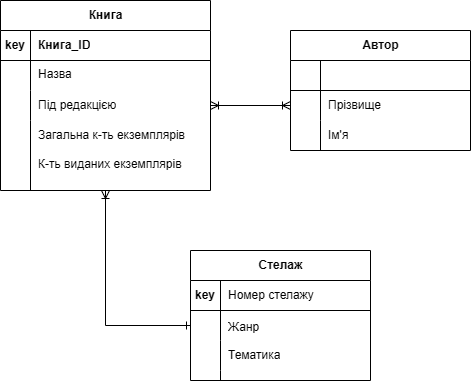
Earlier version of the draw.io export img/lab7StModel.png (P3Lin0r/MTLabs). Source tidied: cells renumbered, new cells last; positions are measured from the earlier drawing's top-left corner, leaving out a move shared by most shapes. The source it was exported from:
```xml
<mxGraphModel>
  <root>
    <mxCell id="0" />
    <mxCell id="1" parent="0" />
    <mxCell id="2" style="group;" parent="1" vertex="1">
      <mxGeometry width="210" height="190" as="geometry" />
    </mxCell>
    <mxCell id="3" value="Книга" style="shape=table;startSize=30;rowLines=0;fontStyle=1;align=center;html=1;" parent="2" vertex="1">
      <mxGeometry width="210" height="190" as="geometry" />
    </mxCell>
    <mxCell id="4" style="shape=tableRow;horizontal=0;startSize=0;swimlaneHead=0;swimlaneBody=0;fillColor=none;points=[[0,0.5],[1,0.5]];portConstraint=eastwest;top=0;left=0;right=0;bottom=1;" parent="3" vertex="1">
      <mxGeometry y="30" width="210" height="30" as="geometry" />
    </mxCell>
    <mxCell id="5" value="key" style="shape=partialRectangle;fillColor=none;top=0;left=0;bottom=0;right=0;fontStyle=1;overflow=hidden;whiteSpace=wrap;html=1;" parent="4" vertex="1">
      <mxGeometry width="30" height="30" as="geometry" />
    </mxCell>
    <mxCell id="6" value="Книга_ID" style="shape=partialRectangle;fillColor=none;top=0;left=0;bottom=0;right=0;align=left;spacingLeft=6;fontStyle=1;overflow=hidden;whiteSpace=wrap;html=1;" parent="4" vertex="1">
      <mxGeometry x="30" width="180" height="30" as="geometry" />
    </mxCell>
    <mxCell id="7" style="shape=tableRow;horizontal=0;startSize=0;swimlaneHead=0;swimlaneBody=0;fillColor=none;top=0;left=0;right=0;bottom=0;" parent="3" vertex="1">
      <mxGeometry y="60" width="210" height="30" as="geometry" />
    </mxCell>
    <mxCell id="8" style="shape=partialRectangle;fillColor=none;top=0;left=0;bottom=0;right=0;overflow=hidden;whiteSpace=wrap;html=1;" parent="7" vertex="1">
      <mxGeometry width="30" height="30" as="geometry" />
    </mxCell>
    <mxCell id="9" style="shape=partialRectangle;fillColor=none;top=0;left=0;bottom=0;right=0;align=left;spacingLeft=6;overflow=hidden;whiteSpace=wrap;html=1;" parent="7" vertex="1">
      <mxGeometry x="30" width="180" height="30" as="geometry" />
    </mxCell>
    <mxCell id="10" style="shape=tableRow;horizontal=0;startSize=0;swimlaneHead=0;swimlaneBody=0;fillColor=none;points=[[0,0.5],[1,0.5]];portConstraint=eastwest;top=0;left=0;right=0;bottom=0;" parent="3" vertex="1">
      <mxGeometry y="90" width="210" height="30" as="geometry" />
    </mxCell>
    <mxCell id="11" style="shape=partialRectangle;fillColor=none;top=0;left=0;bottom=0;right=0;overflow=hidden;whiteSpace=wrap;html=1;" parent="10" vertex="1">
      <mxGeometry width="30" height="30" as="geometry" />
    </mxCell>
    <mxCell id="12" value="Під редакцією" style="shape=partialRectangle;fillColor=none;top=0;left=0;bottom=0;right=0;align=left;spacingLeft=6;overflow=hidden;whiteSpace=wrap;html=1;" parent="10" vertex="1">
      <mxGeometry x="30" width="180" height="30" as="geometry" />
    </mxCell>
    <mxCell id="13" style="shape=tableRow;horizontal=0;startSize=0;swimlaneHead=0;swimlaneBody=0;fillColor=none;top=0;left=0;right=0;bottom=0;" parent="3" vertex="1">
      <mxGeometry y="120" width="210" height="30" as="geometry" />
    </mxCell>
    <mxCell id="14" style="shape=partialRectangle;fillColor=none;top=0;left=0;bottom=0;right=0;overflow=hidden;whiteSpace=wrap;html=1;" parent="13" vertex="1">
      <mxGeometry width="30" height="30" as="geometry" />
    </mxCell>
    <mxCell id="15" value="Загальна к-ть екземплярів" style="shape=partialRectangle;fillColor=none;top=0;left=0;bottom=0;right=0;align=left;spacingLeft=6;overflow=hidden;whiteSpace=wrap;html=1;" parent="13" vertex="1">
      <mxGeometry x="30" width="180" height="30" as="geometry" />
    </mxCell>
    <mxCell id="16" value="К-ть виданих екземплярів" style="shape=partialRectangle;fillColor=none;top=0;left=0;bottom=0;right=0;align=left;spacingLeft=6;overflow=hidden;whiteSpace=wrap;html=1;" parent="2" vertex="1">
      <mxGeometry x="30" y="150" width="180" height="27.1" as="geometry" />
    </mxCell>
    <mxCell id="17" value="Назва" style="shape=partialRectangle;fillColor=none;top=0;left=0;bottom=0;right=0;align=left;spacingLeft=6;overflow=hidden;whiteSpace=wrap;html=1;" parent="2" vertex="1">
      <mxGeometry x="30" y="60" width="175" height="27.1" as="geometry" />
    </mxCell>
    <mxCell id="18" style="endArrow=none;html=1;rounded=0;" parent="2" edge="1">
      <mxGeometry relative="1" as="geometry">
        <mxPoint x="30" y="190" as="sourcePoint" />
        <mxPoint x="30" y="135.7" as="targetPoint" />
      </mxGeometry>
    </mxCell>
    <mxCell id="19" style="edgeStyle=orthogonalEdgeStyle;rounded=0;jettySize=auto;html=1;exitX=0;exitY=0.5;exitDx=0;exitDy=0;entryX=1;entryY=0.5;entryDx=0;entryDy=0;endArrow=ERoneToMany;endFill=0;startArrow=ERoneToMany;startFill=0;" parent="1" edge="1" source="25" target="10">
      <mxGeometry relative="1" as="geometry" />
    </mxCell>
    <mxCell id="20" style="group;" parent="1" vertex="1">
      <mxGeometry x="290" y="30" width="180" height="120" as="geometry" />
    </mxCell>
    <mxCell id="21" value="Автор" style="shape=table;startSize=30;rowLines=0;fontStyle=1;align=center;html=1;" parent="20" vertex="1">
      <mxGeometry width="180" height="120" as="geometry" />
    </mxCell>
    <mxCell id="22" style="shape=tableRow;horizontal=0;startSize=0;swimlaneHead=0;swimlaneBody=0;fillColor=none;points=[[0,0.5],[1,0.5]];portConstraint=eastwest;top=0;left=0;right=0;bottom=1;" parent="21" vertex="1">
      <mxGeometry y="30" width="180" height="30" as="geometry" />
    </mxCell>
    <mxCell id="23" style="shape=partialRectangle;fillColor=none;top=0;left=0;bottom=0;right=0;fontStyle=1;overflow=hidden;whiteSpace=wrap;html=1;" parent="22" vertex="1">
      <mxGeometry width="30" height="30" as="geometry" />
    </mxCell>
    <mxCell id="24" style="shape=partialRectangle;fillColor=none;top=0;left=0;bottom=0;right=0;align=left;spacingLeft=6;fontStyle=1;overflow=hidden;whiteSpace=wrap;html=1;" parent="22" vertex="1">
      <mxGeometry x="30" width="150" height="30" as="geometry" />
    </mxCell>
    <mxCell id="25" style="shape=tableRow;horizontal=0;startSize=0;swimlaneHead=0;swimlaneBody=0;fillColor=none;points=[[0,0.5],[1,0.5]];portConstraint=eastwest;top=0;left=0;right=0;bottom=0;" parent="21" vertex="1">
      <mxGeometry y="60" width="180" height="30" as="geometry" />
    </mxCell>
    <mxCell id="26" style="shape=partialRectangle;fillColor=none;top=0;left=0;bottom=0;right=0;overflow=hidden;whiteSpace=wrap;html=1;" parent="25" vertex="1">
      <mxGeometry width="30" height="30" as="geometry" />
    </mxCell>
    <mxCell id="27" style="shape=partialRectangle;fillColor=none;top=0;left=0;bottom=0;right=0;align=left;spacingLeft=6;overflow=hidden;whiteSpace=wrap;html=1;" parent="25" vertex="1">
      <mxGeometry x="30" width="150" height="30" as="geometry" />
    </mxCell>
    <mxCell id="28" style="shape=tableRow;horizontal=0;startSize=0;swimlaneHead=0;swimlaneBody=0;fillColor=none;top=0;left=0;right=0;bottom=0;" parent="21" vertex="1">
      <mxGeometry y="90" width="180" height="30" as="geometry" />
    </mxCell>
    <mxCell id="29" style="shape=partialRectangle;fillColor=none;top=0;left=0;bottom=0;right=0;overflow=hidden;whiteSpace=wrap;html=1;" parent="28" vertex="1">
      <mxGeometry width="30" height="30" as="geometry" />
    </mxCell>
    <mxCell id="30" value="Ім'я" style="shape=partialRectangle;fillColor=none;top=0;left=0;bottom=0;right=0;align=left;spacingLeft=6;overflow=hidden;whiteSpace=wrap;html=1;" parent="28" vertex="1">
      <mxGeometry x="30" width="150" height="30" as="geometry" />
    </mxCell>
    <mxCell id="31" value="Прізвище&lt;span style=&quot;white-space: pre;&quot;&gt;&#9;&lt;/span&gt;" style="shape=partialRectangle;fillColor=none;top=0;left=0;bottom=0;right=0;align=left;spacingLeft=6;overflow=hidden;whiteSpace=wrap;html=1;" parent="20" vertex="1">
      <mxGeometry x="30" y="60" width="150" height="30" as="geometry" />
    </mxCell>
    <mxCell id="32" style="group;" parent="1" vertex="1">
      <mxGeometry x="190" y="250" width="180" height="130" as="geometry" />
    </mxCell>
    <mxCell id="33" style="group;" parent="32" vertex="1">
      <mxGeometry width="180" height="130" as="geometry" />
    </mxCell>
    <mxCell id="34" value="Стелаж" style="shape=table;startSize=30;rowLines=0;fontStyle=1;align=center;html=1;" parent="33" vertex="1">
      <mxGeometry width="180" height="130" as="geometry" />
    </mxCell>
    <mxCell id="35" style="shape=tableRow;horizontal=0;startSize=0;swimlaneHead=0;swimlaneBody=0;fillColor=none;top=0;left=0;right=0;bottom=1;" parent="34" vertex="1">
      <mxGeometry y="30" width="180" height="30" as="geometry" />
    </mxCell>
    <mxCell id="36" value="key" style="shape=partialRectangle;fillColor=none;top=0;left=0;bottom=0;right=0;fontStyle=1;overflow=hidden;whiteSpace=wrap;html=1;" parent="35" vertex="1">
      <mxGeometry width="30" height="30" as="geometry" />
    </mxCell>
    <mxCell id="37" value="&lt;span style=&quot;font-weight: 400;&quot;&gt;Номер стелажу&lt;/span&gt;" style="shape=partialRectangle;fillColor=none;top=0;left=0;bottom=0;right=0;align=left;spacingLeft=6;fontStyle=1;overflow=hidden;whiteSpace=wrap;html=1;" parent="35" vertex="1">
      <mxGeometry x="30" width="150" height="30" as="geometry" />
    </mxCell>
    <mxCell id="38" style="shape=tableRow;horizontal=0;startSize=0;swimlaneHead=0;swimlaneBody=0;fillColor=none;points=[[0,0.5],[1,0.5]];portConstraint=eastwest;top=0;left=0;right=0;bottom=0;" parent="34" vertex="1">
      <mxGeometry y="60" width="180" height="30" as="geometry" />
    </mxCell>
    <mxCell id="39" style="shape=partialRectangle;fillColor=none;top=0;left=0;bottom=0;right=0;overflow=hidden;whiteSpace=wrap;html=1;" parent="38" vertex="1">
      <mxGeometry width="30" height="30" as="geometry" />
    </mxCell>
    <mxCell id="40" style="shape=partialRectangle;fillColor=none;top=0;left=0;bottom=0;right=0;align=left;spacingLeft=6;overflow=hidden;whiteSpace=wrap;html=1;" parent="38" vertex="1">
      <mxGeometry x="30" width="150" height="30" as="geometry" />
    </mxCell>
    <mxCell id="41" style="shape=tableRow;horizontal=0;startSize=0;swimlaneHead=0;swimlaneBody=0;fillColor=none;top=0;left=0;right=0;bottom=0;" parent="34" vertex="1">
      <mxGeometry y="90" width="180" height="30" as="geometry" />
    </mxCell>
    <mxCell id="42" style="shape=partialRectangle;fillColor=none;top=0;left=0;bottom=0;right=0;overflow=hidden;whiteSpace=wrap;html=1;" parent="41" vertex="1">
      <mxGeometry width="30" height="30" as="geometry" />
    </mxCell>
    <mxCell id="43" value="Тематика" style="shape=partialRectangle;fillColor=none;top=0;left=0;bottom=0;right=0;align=left;spacingLeft=6;overflow=hidden;whiteSpace=wrap;html=1;" parent="41" vertex="1">
      <mxGeometry x="30" width="150" height="30" as="geometry" />
    </mxCell>
    <mxCell id="44" value="Жанр" style="shape=partialRectangle;fillColor=none;top=0;left=0;bottom=0;right=0;align=left;spacingLeft=6;overflow=hidden;whiteSpace=wrap;html=1;" parent="33" vertex="1">
      <mxGeometry x="30" y="60" width="150" height="33.2" as="geometry" />
    </mxCell>
    <mxCell id="45" style="endArrow=none;html=1;rounded=0;" parent="32" edge="1">
      <mxGeometry relative="1" as="geometry">
        <mxPoint x="30" y="130" as="sourcePoint" />
        <mxPoint x="30" y="120" as="targetPoint" />
      </mxGeometry>
    </mxCell>
    <mxCell id="46" style="edgeStyle=orthogonalEdgeStyle;rounded=0;jettySize=auto;html=1;exitX=0;exitY=0.5;exitDx=0;exitDy=0;endArrow=ERoneToMany;endFill=0;startArrow=ERone;startFill=0;entryX=0.5;entryY=1;entryDx=0;entryDy=0;" parent="1" edge="1" source="38" target="3">
      <mxGeometry relative="1" as="geometry" />
    </mxCell>
  </root>
</mxGraphModel>
```
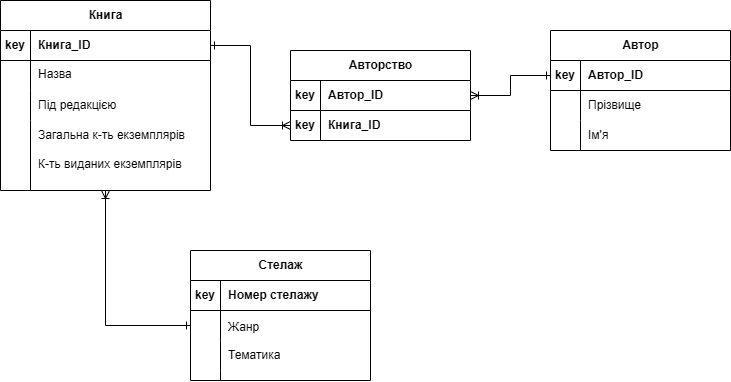
After the change.

Change to the diagram source:
```diff
@@ -56,43 +56,39 @@
         <mxPoint x="30" y="135.7" as="targetPoint" />
       </mxGeometry>
     </mxCell>
-    <mxCell id="19" style="edgeStyle=orthogonalEdgeStyle;rounded=0;jettySize=auto;html=1;exitX=0;exitY=0.5;exitDx=0;exitDy=0;entryX=1;entryY=0.5;entryDx=0;entryDy=0;endArrow=ERoneToMany;endFill=0;startArrow=ERoneToMany;startFill=0;" parent="1" edge="1" source="25" target="10">
-      <mxGeometry relative="1" as="geometry" />
+    <mxCell id="19" style="edgeStyle=orthogonalEdgeStyle;rounded=0;jettySize=auto;html=1;exitX=0;exitY=0.5;exitDx=0;exitDy=0;entryX=1;entryY=0.5;entryDx=0;entryDy=0;endArrow=ERone;endFill=0;startArrow=ERoneToMany;startFill=0;" parent="1" edge="1" source="25" target="4">
+      <mxGeometry relative="1" as="geometry">
+        <Array as="points">
+          <mxPoint x="250" y="125" />
+          <mxPoint x="250" y="45" />
+        </Array>
+      </mxGeometry>
     </mxCell>
     <mxCell id="20" style="group;" parent="1" vertex="1">
-      <mxGeometry x="290" y="30" width="180" height="120" as="geometry" />
+      <mxGeometry x="290" y="50" width="180" height="120" as="geometry" />
     </mxCell>
-    <mxCell id="21" value="Автор" style="shape=table;startSize=30;rowLines=0;fontStyle=1;align=center;html=1;" parent="20" vertex="1">
-      <mxGeometry width="180" height="120" as="geometry" />
+    <mxCell id="21" value="Авторство" style="shape=table;startSize=30;rowLines=0;fontStyle=1;align=center;html=1;" parent="20" vertex="1">
+      <mxGeometry width="180" height="90" as="geometry" />
     </mxCell>
     <mxCell id="22" style="shape=tableRow;horizontal=0;startSize=0;swimlaneHead=0;swimlaneBody=0;fillColor=none;points=[[0,0.5],[1,0.5]];portConstraint=eastwest;top=0;left=0;right=0;bottom=1;" parent="21" vertex="1">
       <mxGeometry y="30" width="180" height="30" as="geometry" />
     </mxCell>
-    <mxCell id="23" style="shape=partialRectangle;fillColor=none;top=0;left=0;bottom=0;right=0;fontStyle=1;overflow=hidden;whiteSpace=wrap;html=1;" parent="22" vertex="1">
+    <mxCell id="23" value="key" style="shape=partialRectangle;fillColor=none;top=0;left=0;bottom=0;right=0;fontStyle=1;overflow=hidden;whiteSpace=wrap;html=1;" parent="22" vertex="1">
       <mxGeometry width="30" height="30" as="geometry" />
     </mxCell>
-    <mxCell id="24" style="shape=partialRectangle;fillColor=none;top=0;left=0;bottom=0;right=0;align=left;spacingLeft=6;fontStyle=1;overflow=hidden;whiteSpace=wrap;html=1;" parent="22" vertex="1">
+    <mxCell id="24" value="Автор_ID" style="shape=partialRectangle;fillColor=none;top=0;left=0;bottom=0;right=0;align=left;spacingLeft=6;fontStyle=1;overflow=hidden;whiteSpace=wrap;html=1;" parent="22" vertex="1">
       <mxGeometry x="30" width="150" height="30" as="geometry" />
     </mxCell>
     <mxCell id="25" style="shape=tableRow;horizontal=0;startSize=0;swimlaneHead=0;swimlaneBody=0;fillColor=none;points=[[0,0.5],[1,0.5]];portConstraint=eastwest;top=0;left=0;right=0;bottom=0;" parent="21" vertex="1">
       <mxGeometry y="60" width="180" height="30" as="geometry" />
     </mxCell>
-    <mxCell id="26" style="shape=partialRectangle;fillColor=none;top=0;left=0;bottom=0;right=0;overflow=hidden;whiteSpace=wrap;html=1;" parent="25" vertex="1">
+    <mxCell id="26" value="&lt;span style=&quot;font-weight: 700;&quot;&gt;key&lt;/span&gt;" style="shape=partialRectangle;fillColor=none;top=0;left=0;bottom=0;right=0;overflow=hidden;whiteSpace=wrap;html=1;" parent="25" vertex="1">
       <mxGeometry width="30" height="30" as="geometry" />
     </mxCell>
     <mxCell id="27" style="shape=partialRectangle;fillColor=none;top=0;left=0;bottom=0;right=0;align=left;spacingLeft=6;overflow=hidden;whiteSpace=wrap;html=1;" parent="25" vertex="1">
       <mxGeometry x="30" width="150" height="30" as="geometry" />
     </mxCell>
-    <mxCell id="28" style="shape=tableRow;horizontal=0;startSize=0;swimlaneHead=0;swimlaneBody=0;fillColor=none;top=0;left=0;right=0;bottom=0;" parent="21" vertex="1">
-      <mxGeometry y="90" width="180" height="30" as="geometry" />
-    </mxCell>
-    <mxCell id="29" style="shape=partialRectangle;fillColor=none;top=0;left=0;bottom=0;right=0;overflow=hidden;whiteSpace=wrap;html=1;" parent="28" vertex="1">
-      <mxGeometry width="30" height="30" as="geometry" />
-    </mxCell>
-    <mxCell id="30" value="Ім'я" style="shape=partialRectangle;fillColor=none;top=0;left=0;bottom=0;right=0;align=left;spacingLeft=6;overflow=hidden;whiteSpace=wrap;html=1;" parent="28" vertex="1">
-      <mxGeometry x="30" width="150" height="30" as="geometry" />
-    </mxCell>
-    <mxCell id="31" value="Прізвище&lt;span style=&quot;white-space: pre;&quot;&gt;&#9;&lt;/span&gt;" style="shape=partialRectangle;fillColor=none;top=0;left=0;bottom=0;right=0;align=left;spacingLeft=6;overflow=hidden;whiteSpace=wrap;html=1;" parent="20" vertex="1">
+    <mxCell id="31" value="&lt;span style=&quot;font-weight: 700;&quot;&gt;Книга_ID&lt;/span&gt;" style="shape=partialRectangle;fillColor=none;top=0;left=0;bottom=0;right=0;align=left;spacingLeft=6;overflow=hidden;whiteSpace=wrap;html=1;" parent="20" vertex="1">
       <mxGeometry x="30" y="60" width="150" height="30" as="geometry" />
     </mxCell>
     <mxCell id="32" style="group;" parent="1" vertex="1">
@@ -110,7 +106,7 @@
     <mxCell id="36" value="key" style="shape=partialRectangle;fillColor=none;top=0;left=0;bottom=0;right=0;fontStyle=1;overflow=hidden;whiteSpace=wrap;html=1;" parent="35" vertex="1">
       <mxGeometry width="30" height="30" as="geometry" />
     </mxCell>
-    <mxCell id="37" value="&lt;span style=&quot;font-weight: 400;&quot;&gt;Номер стелажу&lt;/span&gt;" style="shape=partialRectangle;fillColor=none;top=0;left=0;bottom=0;right=0;align=left;spacingLeft=6;fontStyle=1;overflow=hidden;whiteSpace=wrap;html=1;" parent="35" vertex="1">
+    <mxCell id="37" value="Номер стелажу" style="shape=partialRectangle;fillColor=none;top=0;left=0;bottom=0;right=0;align=left;spacingLeft=6;fontStyle=1;overflow=hidden;whiteSpace=wrap;html=1;" parent="35" vertex="1">
       <mxGeometry x="30" width="150" height="30" as="geometry" />
     </mxCell>
     <mxCell id="38" style="shape=tableRow;horizontal=0;startSize=0;swimlaneHead=0;swimlaneBody=0;fillColor=none;points=[[0,0.5],[1,0.5]];portConstraint=eastwest;top=0;left=0;right=0;bottom=0;" parent="34" vertex="1">
@@ -143,5 +139,44 @@
     <mxCell id="46" style="edgeStyle=orthogonalEdgeStyle;rounded=0;jettySize=auto;html=1;exitX=0;exitY=0.5;exitDx=0;exitDy=0;endArrow=ERoneToMany;endFill=0;startArrow=ERone;startFill=0;entryX=0.5;entryY=1;entryDx=0;entryDy=0;" parent="1" edge="1" source="38" target="3">
       <mxGeometry relative="1" as="geometry" />
     </mxCell>
+    <mxCell id="47" style="group;" parent="1" vertex="1">
+      <mxGeometry x="550" y="30" width="180" height="120" as="geometry" />
+    </mxCell>
+    <mxCell id="48" value="Автор" style="shape=table;startSize=30;rowLines=0;fontStyle=1;align=center;html=1;" parent="47" vertex="1">
+      <mxGeometry width="180" height="120" as="geometry" />
+    </mxCell>
+    <mxCell id="49" style="shape=tableRow;horizontal=0;startSize=0;swimlaneHead=0;swimlaneBody=0;fillColor=none;points=[[0,0.5],[1,0.5]];portConstraint=eastwest;top=0;left=0;right=0;bottom=1;" parent="48" vertex="1">
+      <mxGeometry y="30" width="180" height="30" as="geometry" />
+    </mxCell>
+    <mxCell id="50" value="key" style="shape=partialRectangle;fillColor=none;top=0;left=0;bottom=0;right=0;fontStyle=1;overflow=hidden;whiteSpace=wrap;html=1;" parent="49" vertex="1">
+      <mxGeometry width="30" height="30" as="geometry" />
+    </mxCell>
+    <mxCell id="51" value="Автор_ID" style="shape=partialRectangle;fillColor=none;top=0;left=0;bottom=0;right=0;align=left;spacingLeft=6;fontStyle=1;overflow=hidden;whiteSpace=wrap;html=1;" parent="49" vertex="1">
+      <mxGeometry x="30" width="150" height="30" as="geometry" />
+    </mxCell>
+    <mxCell id="52" style="shape=tableRow;horizontal=0;startSize=0;swimlaneHead=0;swimlaneBody=0;fillColor=none;top=0;left=0;right=0;bottom=0;" parent="48" vertex="1">
+      <mxGeometry y="60" width="180" height="30" as="geometry" />
+    </mxCell>
+    <mxCell id="53" style="shape=partialRectangle;fillColor=none;top=0;left=0;bottom=0;right=0;overflow=hidden;whiteSpace=wrap;html=1;" parent="52" vertex="1">
+      <mxGeometry width="30" height="30" as="geometry" />
+    </mxCell>
+    <mxCell id="54" style="shape=partialRectangle;fillColor=none;top=0;left=0;bottom=0;right=0;align=left;spacingLeft=6;overflow=hidden;whiteSpace=wrap;html=1;" parent="52" vertex="1">
+      <mxGeometry x="30" width="150" height="30" as="geometry" />
+    </mxCell>
+    <mxCell id="28" style="shape=tableRow;horizontal=0;startSize=0;swimlaneHead=0;swimlaneBody=0;fillColor=none;top=0;left=0;right=0;bottom=0;" parent="48" vertex="1">
+      <mxGeometry y="90" width="180" height="30" as="geometry" />
+    </mxCell>
+    <mxCell id="55" style="shape=partialRectangle;fillColor=none;top=0;left=0;bottom=0;right=0;overflow=hidden;whiteSpace=wrap;html=1;" parent="28" vertex="1">
+      <mxGeometry width="30" height="30" as="geometry" />
+    </mxCell>
+    <mxCell id="30" value="Ім'я" style="shape=partialRectangle;fillColor=none;top=0;left=0;bottom=0;right=0;align=left;spacingLeft=6;overflow=hidden;whiteSpace=wrap;html=1;" parent="28" vertex="1">
+      <mxGeometry x="30" width="150" height="30" as="geometry" />
+    </mxCell>
+    <mxCell id="56" value="Прізвище&lt;span style=&quot;white-space: pre;&quot;&gt;&#9;&lt;/span&gt;" style="shape=partialRectangle;fillColor=none;top=0;left=0;bottom=0;right=0;align=left;spacingLeft=6;overflow=hidden;whiteSpace=wrap;html=1;" parent="47" vertex="1">
+      <mxGeometry x="30" y="60" width="150" height="30" as="geometry" />
+    </mxCell>
+    <mxCell id="57" style="edgeStyle=orthogonalEdgeStyle;rounded=0;jettySize=auto;html=1;exitX=0;exitY=0.5;exitDx=0;exitDy=0;entryX=1;entryY=0.5;entryDx=0;entryDy=0;endArrow=ERoneToMany;endFill=0;startArrow=ERone;startFill=0;" parent="1" edge="1" source="49" target="22">
+      <mxGeometry relative="1" as="geometry" />
+    </mxCell>
   </root>
 </mxGraphModel>
```
